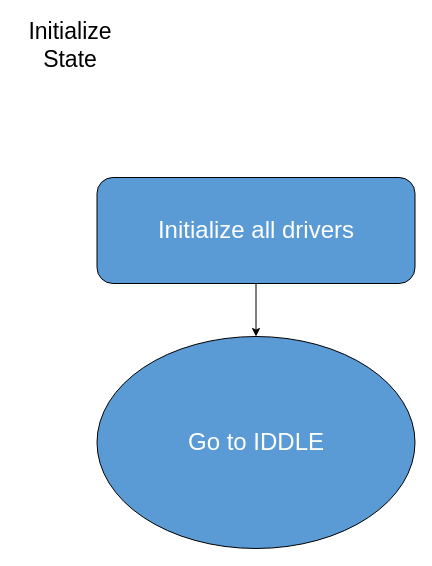
Earlier version of the draw.io diagram Utils/Drawio/Diagramas de flujo/Diagrama_de_flujo_initial.drawio (tlondero/Dise-o). Source tidied: cells renumbered, new cells numbered last; positions are measured from the earlier drawing's top-left corner, leaving out a move shared by most shapes. Both pictures are drawn from the tidied source at 100%, with x=0, y=0 at pixel (-763, 18).
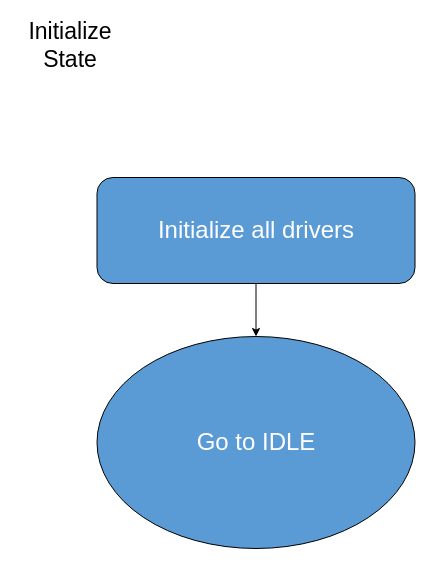
Above is the later version.

Commit message (it also covers changes not shown here):
IDDLE por IDLE

Change to the diagram source:
```diff
@@
 <mxGraphModel>
   <root>
     <mxCell id="0" />
     <mxCell id="1" parent="0" />
     <mxCell id="2" style="edgeStyle=orthogonalEdgeStyle;rounded=0;orthogonalLoop=1;jettySize=auto;html=1;entryX=0;entryY=0.5;entryDx=0;entryDy=0;" parent="1" edge="1">
       <mxGeometry relative="1" as="geometry">
         <mxPoint x="50" y="350" as="targetPoint" />
         <Array as="points">
           <mxPoint x="280" y="910" />
           <mxPoint y="910" />
           <mxPoint y="350" />
         </Array>
       </mxGeometry>
     </mxCell>
     <mxCell id="3" style="group;strokeWidth=2;" parent="1" vertex="1">
       <mxGeometry x="780" width="397.5" height="530" as="geometry" />
     </mxCell>
     <mxCell id="4" value="Initialize all drivers" style="rounded=1;whiteSpace=wrap;html=1;fontSize=24;glass=0;strokeWidth=1;shadow=0;fillColor=#5B9BD5;fontColor=#FFFFFF;" parent="3" vertex="1">
       <mxGeometry x="79.5" y="159" width="318" height="106" as="geometry" />
     </mxCell>
-    <mxCell id="5" value="Go to IDDLE" style="ellipse;whiteSpace=wrap;html=1;fillColor=#5B9BD5;fontColor=#FFFFFF;fontSize=24;" parent="3" vertex="1">
+    <mxCell id="5" value="Go to IDLE" style="ellipse;whiteSpace=wrap;html=1;fillColor=#5B9BD5;fontColor=#FFFFFF;fontSize=24;" parent="3" vertex="1">
       <mxGeometry x="79.5" y="318" width="318" height="212" as="geometry" />
     </mxCell>
     <mxCell id="6" style="edgeStyle=orthogonalEdgeStyle;rounded=0;jettySize=auto;html=1;" parent="3" edge="1" source="4" target="5">
       <mxGeometry relative="1" as="geometry" />
     </mxCell>
     <mxCell id="7" value="&lt;font style=&quot;font-size: 23px&quot;&gt;Initialize State&lt;/font&gt;" style="text;html=1;strokeColor=none;fillColor=none;align=center;verticalAlign=middle;whiteSpace=wrap;rounded=0;" parent="3" vertex="1">
       <mxGeometry width="106" height="53" as="geometry" />
     </mxCell>
   </root>
 </mxGraphModel>
```
